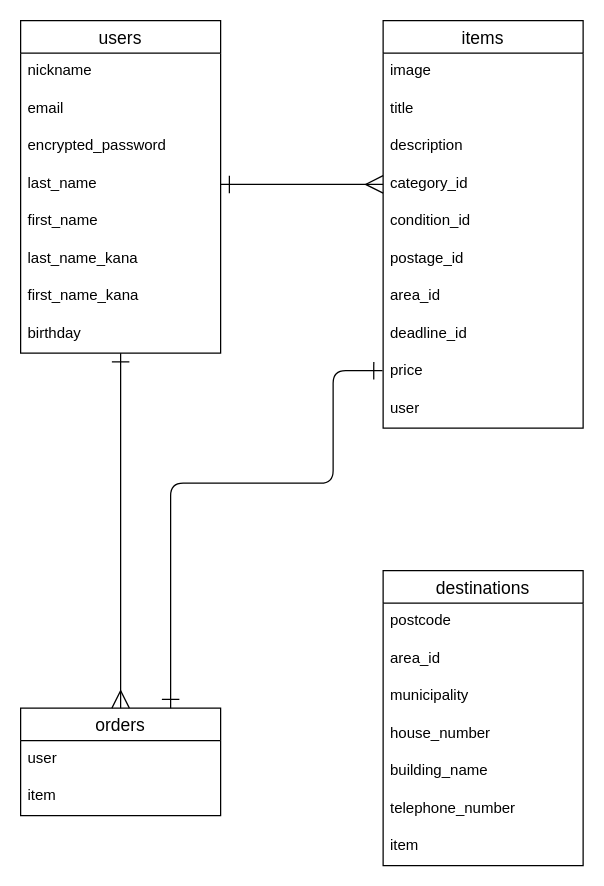
Earlier version of the draw.io diagram er.dio (nemoimoi/furima-41350). Source tidied: cells renumbered, new cells numbered last; positions are measured from the earlier drawing's top-left corner, leaving out a move shared by most shapes. Both pictures are drawn from the tidied source at 125%, with x=0, y=0 at pixel (20, 20).
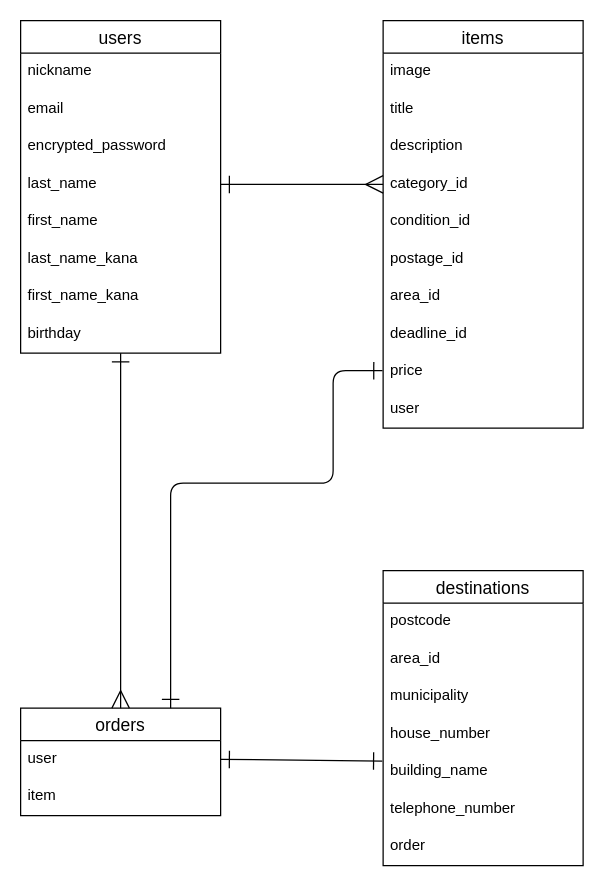
After the change.

Commit message:
データベース設計デバック３

・README記述追加

Unchanged cells that the change refers to:
```xml
<mxCell id="23" value="user" style="text;strokeColor=none;fillColor=none;spacingLeft=4;spacingRight=4;overflow=hidden;points=[[0,0.5],[1,0.5]];portConstraint=eastwest;fontSize=12;" parent="22" vertex="1">
  <mxGeometry y="26" width="160" height="30" as="geometry" />
</mxCell>
<mxCell id="25" value="destinations" style="swimlane;fontStyle=0;horizontal=1;startSize=26;align=center;fontSize=14;" parent="1" vertex="1">
  <mxGeometry x="290" y="440" width="160" height="236" as="geometry" />
</mxCell>
<mxCell id="30" value="building_name" style="text;strokeColor=none;fillColor=none;spacingLeft=4;spacingRight=4;overflow=hidden;points=[[0,0.5],[1,0.5]];portConstraint=eastwest;fontSize=12;" parent="25" vertex="1">
  <mxGeometry y="146" width="160" height="30" as="geometry" />
</mxCell>
```

Change to the diagram source:
```diff
@@
-    <mxCell id="32" value="item" style="text;strokeColor=none;fillColor=none;spacingLeft=4;spacingRight=4;overflow=hidden;fontSize=12;" parent="25" vertex="1">
+    <mxCell id="32" value="order" style="text;strokeColor=none;fillColor=none;spacingLeft=4;spacingRight=4;overflow=hidden;fontSize=12;" parent="25" vertex="1">
       <mxGeometry y="206" width="160" height="30" as="geometry" />
     </mxCell>
@@
+    <mxCell id="37" style="edgeStyle=none;jumpSize=12;html=1;exitX=1;exitY=0.5;exitDx=0;exitDy=0;entryX=-0.004;entryY=0.211;entryDx=0;entryDy=0;entryPerimeter=0;strokeColor=default;startArrow=ERone;startFill=0;endArrow=ERone;endFill=0;startSize=12;endSize=12;" parent="1" edge="1" source="23" target="30">
+      <mxGeometry relative="1" as="geometry" />
+    </mxCell>
```
